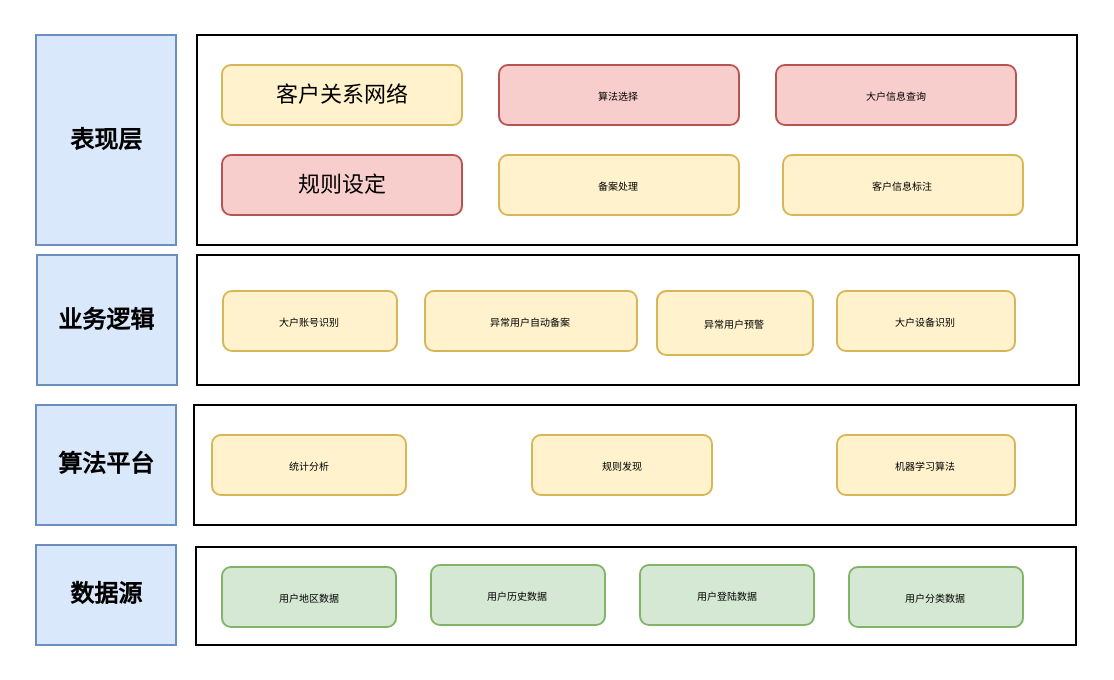
Before: Client_network.drawio in 1009351456/Anonymous, a draw.io diagram. Source tidied: cells renumbered, new cells numbered last; positions are measured from the earlier drawing's top-left corner, leaving out a move shared by most shapes. Both pictures are drawn from the tidied source at 200%, with x=0, y=0 at pixel (36, 34).
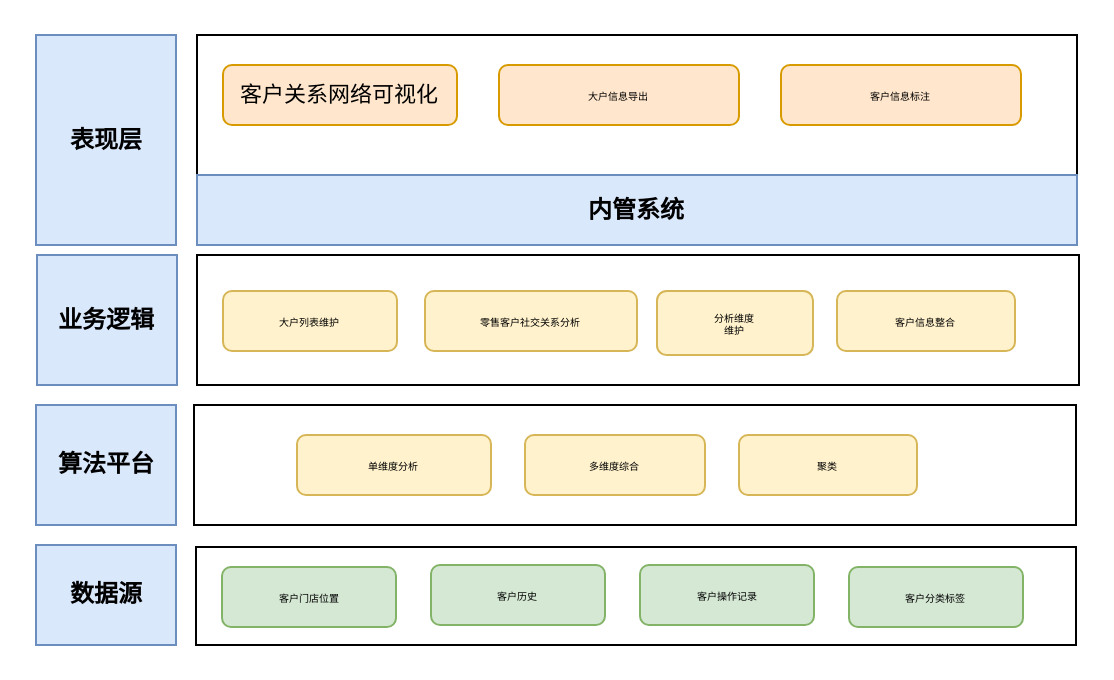
The same page after the edit.

Diff of the diagram source:
```diff
@@
     <mxCell id="3" style="rounded=0;whiteSpace=wrap;html=1;fontSize=9;" parent="1" vertex="1">
-      <mxGeometry x="80" width="440" height="105" as="geometry" />
+      <mxGeometry x="80" width="440" height="70" as="geometry" />
     </mxCell>
@@
-    <mxCell id="6" value="算法选择" style="rounded=1;whiteSpace=wrap;html=1;fillColor=#f8cecc;strokeColor=#b85450;fontSize=5;" parent="1" vertex="1">
+    <mxCell id="6" value="大户信息导出" style="rounded=1;whiteSpace=wrap;html=1;fillColor=#ffe6cc;strokeColor=#d79b00;fontSize=5;" parent="1" vertex="1">
       <mxGeometry x="231" y="15" width="120" height="30" as="geometry" />
     </mxCell>
-    <mxCell id="7" value="&lt;span style=&quot;font-size: 11px&quot;&gt;客户关系网络&lt;br&gt;&lt;/span&gt;" style="rounded=1;whiteSpace=wrap;html=1;fillColor=#fff2cc;strokeColor=#d6b656;fontSize=5;" parent="1" vertex="1">
-      <mxGeometry x="92.5" y="15" width="120" height="30" as="geometry" />
+    <mxCell id="7" value="&lt;span style=&quot;font-size: 11px&quot;&gt;客户关系网络可视化&lt;br&gt;&lt;/span&gt;" style="rounded=1;whiteSpace=wrap;html=1;fillColor=#ffe6cc;strokeColor=#d79b00;fontSize=5;" parent="1" vertex="1">
+      <mxGeometry x="93" y="15" width="117" height="30" as="geometry" />
     </mxCell>
-    <mxCell id="8" value="大户信息查询" style="rounded=1;whiteSpace=wrap;html=1;fillColor=#f8cecc;strokeColor=#b85450;fontSize=5;" parent="1" vertex="1">
-      <mxGeometry x="369.5" y="15" width="120" height="30" as="geometry" />
-    </mxCell>
-    <mxCell id="9" value="&lt;span style=&quot;font-size: 11px&quot;&gt;规则设定&lt;br&gt;&lt;/span&gt;" style="rounded=1;whiteSpace=wrap;html=1;fillColor=#f8cecc;strokeColor=#b85450;fontSize=5;" parent="1" vertex="1">
-      <mxGeometry x="92.5" y="60" width="120" height="30" as="geometry" />
-    </mxCell>
-    <mxCell id="10" value="客户信息标注" style="rounded=1;whiteSpace=wrap;html=1;fillColor=#fff2cc;strokeColor=#d6b656;fontSize=5;" parent="1" vertex="1">
-      <mxGeometry x="373" y="60" width="120" height="30" as="geometry" />
+    <mxCell id="10" value="客户信息标注" style="rounded=1;whiteSpace=wrap;html=1;fillColor=#ffe6cc;strokeColor=#d79b00;fontSize=5;" parent="1" vertex="1">
+      <mxGeometry x="372" y="15" width="120" height="30" as="geometry" />
     </mxCell>
-    <mxCell id="11" value="备案处理" style="rounded=1;whiteSpace=wrap;html=1;fillColor=#fff2cc;strokeColor=#d6b656;fontSize=5;" parent="1" vertex="1">
-      <mxGeometry x="231" y="60" width="120" height="30" as="geometry" />
-    </mxCell>
@@
-    <mxCell id="14" value="统计分析" style="rounded=1;whiteSpace=wrap;html=1;fillColor=#fff2cc;strokeColor=#d6b656;fontSize=5;" parent="1" vertex="1">
-      <mxGeometry x="87.5" y="200" width="97" height="30" as="geometry" />
+    <mxCell id="14" value="单维度分析" style="rounded=1;whiteSpace=wrap;html=1;fillColor=#fff2cc;strokeColor=#d6b656;fontSize=5;" parent="1" vertex="1">
+      <mxGeometry x="130" y="200" width="97" height="30" as="geometry" />
     </mxCell>
-    <mxCell id="15" value="机器学习算法" style="rounded=1;whiteSpace=wrap;html=1;fillColor=#fff2cc;strokeColor=#d6b656;fontSize=5;" parent="1" vertex="1">
-      <mxGeometry x="400" y="200" width="89" height="30" as="geometry" />
+    <mxCell id="15" value="聚类" style="rounded=1;whiteSpace=wrap;html=1;fillColor=#fff2cc;strokeColor=#d6b656;fontSize=5;" parent="1" vertex="1">
+      <mxGeometry x="351" y="200" width="89" height="30" as="geometry" />
     </mxCell>
-    <mxCell id="16" value="规则发现" style="rounded=1;whiteSpace=wrap;html=1;fillColor=#fff2cc;strokeColor=#d6b656;fontSize=5;" parent="1" vertex="1">
-      <mxGeometry x="247.5" y="200" width="90" height="30" as="geometry" />
+    <mxCell id="16" value="多维度综合" style="rounded=1;whiteSpace=wrap;html=1;fillColor=#fff2cc;strokeColor=#d6b656;fontSize=5;" parent="1" vertex="1">
+      <mxGeometry x="244" y="200" width="90" height="30" as="geometry" />
     </mxCell>
@@
-    <mxCell id="19" value="大户账号识别" style="rounded=1;whiteSpace=wrap;html=1;fillColor=#fff2cc;strokeColor=#d6b656;fontSize=5;" parent="1" vertex="1">
+    <mxCell id="19" value="大户列表维护" style="rounded=1;whiteSpace=wrap;html=1;fillColor=#fff2cc;strokeColor=#d6b656;fontSize=5;" parent="1" vertex="1">
       <mxGeometry x="93" y="128" width="87" height="30" as="geometry" />
     </mxCell>
-    <mxCell id="20" value="异常用户自动备案" style="rounded=1;whiteSpace=wrap;html=1;fillColor=#fff2cc;strokeColor=#d6b656;fontSize=5;" parent="1" vertex="1">
+    <mxCell id="20" value="零售客户社交关系分析" style="rounded=1;whiteSpace=wrap;html=1;fillColor=#fff2cc;strokeColor=#d6b656;fontSize=5;" parent="1" vertex="1">
       <mxGeometry x="194" y="128" width="106" height="30" as="geometry" />
     </mxCell>
-    <mxCell id="21" value="用户地区数据" style="rounded=1;whiteSpace=wrap;html=1;fillColor=#d5e8d4;strokeColor=#82b366;fontSize=5;" parent="1" vertex="1">
+    <mxCell id="21" value="客户门店位置" style="rounded=1;whiteSpace=wrap;html=1;fillColor=#d5e8d4;strokeColor=#82b366;fontSize=5;" parent="1" vertex="1">
       <mxGeometry x="92.5" y="266" width="87" height="30" as="geometry" />
     </mxCell>
-    <mxCell id="22" value="用户历史数据" style="rounded=1;whiteSpace=wrap;html=1;fillColor=#d5e8d4;strokeColor=#82b366;fontSize=5;" parent="1" vertex="1">
+    <mxCell id="22" value="客户历史" style="rounded=1;whiteSpace=wrap;html=1;fillColor=#d5e8d4;strokeColor=#82b366;fontSize=5;" parent="1" vertex="1">
       <mxGeometry x="197" y="265" width="87" height="30" as="geometry" />
     </mxCell>
-    <mxCell id="23" value="用户登陆数据" style="rounded=1;whiteSpace=wrap;html=1;fillColor=#d5e8d4;strokeColor=#82b366;fontSize=5;" parent="1" vertex="1">
+    <mxCell id="23" value="客户操作记录" style="rounded=1;whiteSpace=wrap;html=1;fillColor=#d5e8d4;strokeColor=#82b366;fontSize=5;" parent="1" vertex="1">
       <mxGeometry x="301.5" y="265" width="87" height="30" as="geometry" />
     </mxCell>
-    <mxCell id="24" value="用户分类数据" style="rounded=1;whiteSpace=wrap;html=1;fillColor=#d5e8d4;strokeColor=#82b366;fontSize=5;" parent="1" vertex="1">
+    <mxCell id="24" value="客户分类标签" style="rounded=1;whiteSpace=wrap;html=1;fillColor=#d5e8d4;strokeColor=#82b366;fontSize=5;" parent="1" vertex="1">
       <mxGeometry x="406" y="266" width="87" height="30" as="geometry" />
     </mxCell>
-    <mxCell id="25" value="异常用户预警" style="rounded=1;whiteSpace=wrap;html=1;fillColor=#fff2cc;strokeColor=#d6b656;fontSize=5;" parent="1" vertex="1">
+    <mxCell id="25" value="分析维度&lt;br&gt;维护" style="rounded=1;whiteSpace=wrap;html=1;fillColor=#fff2cc;strokeColor=#d6b656;fontSize=5;" parent="1" vertex="1">
       <mxGeometry x="310" y="128" width="78" height="32" as="geometry" />
     </mxCell>
-    <mxCell id="26" value="大户设备识别" style="rounded=1;whiteSpace=wrap;html=1;fillColor=#fff2cc;strokeColor=#d6b656;fontSize=5;" parent="1" vertex="1">
+    <mxCell id="26" value="客户信息整合" style="rounded=1;whiteSpace=wrap;html=1;fillColor=#fff2cc;strokeColor=#d6b656;fontSize=5;" parent="1" vertex="1">
       <mxGeometry x="400" y="128" width="89" height="30" as="geometry" />
     </mxCell>
+    <mxCell id="27" value="内管系统" style="rounded=0;whiteSpace=wrap;html=1;fillColor=#dae8fc;strokeColor=#6c8ebf;fontStyle=1;" parent="1" vertex="1">
+      <mxGeometry x="80" y="70" width="440" height="35" as="geometry" />
+    </mxCell>
```
